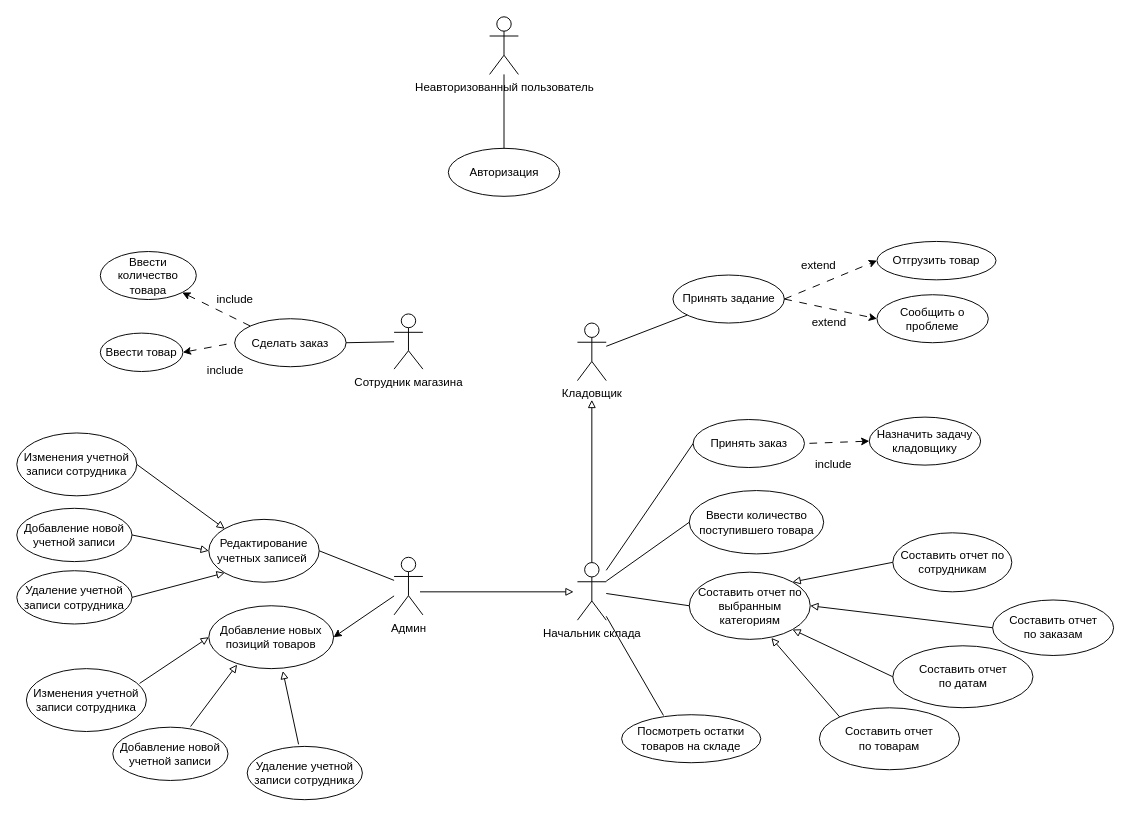
Above: Диаграммы/Диаграмма прецедентов/Usecase.drawio in Sumeruk/TP-4-5 (draw.io), before the change. Source tidied: cells renumbered, new cells numbered last; positions are measured from the earlier drawing's top-left corner, leaving out a move shared by most shapes. Both pictures are drawn from the tidied source at 96%, with x=0, y=0 at pixel (16, 16).
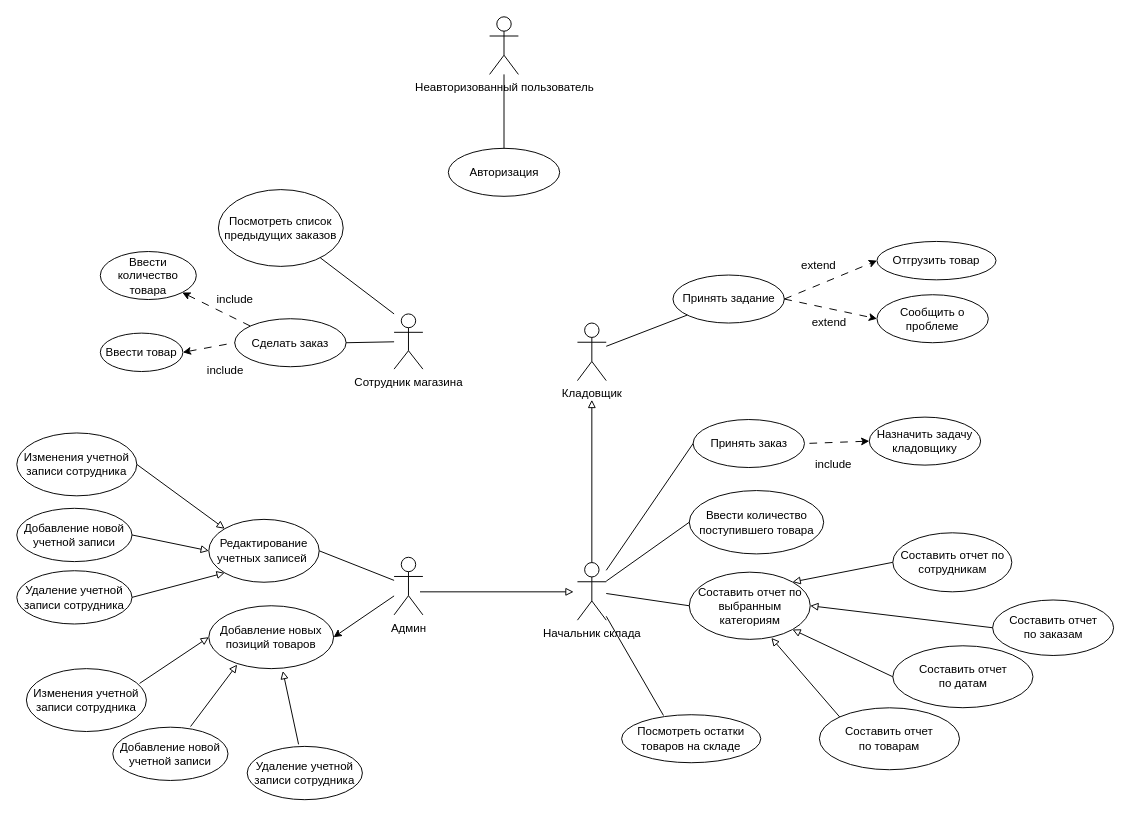
After the change.

Commit message (it also covers changes not shown here):
add Use case

Change to the diagram source:
```diff
@@
+    <mxCell id="63" value="Посмотреть список предыдущих заказов" style="ellipse;whiteSpace=wrap;html=1;" parent="1" vertex="1">
+      <mxGeometry x="210" y="180" width="130" height="80" as="geometry" />
+    </mxCell>
+    <mxCell id="64" style="endArrow=none;html=1;rounded=0;endFill=0;" parent="1" edge="1" target="63">
+      <mxGeometry relative="1" as="geometry">
+        <mxPoint x="393" y="309.5" as="sourcePoint" />
+      </mxGeometry>
+    </mxCell>
```
